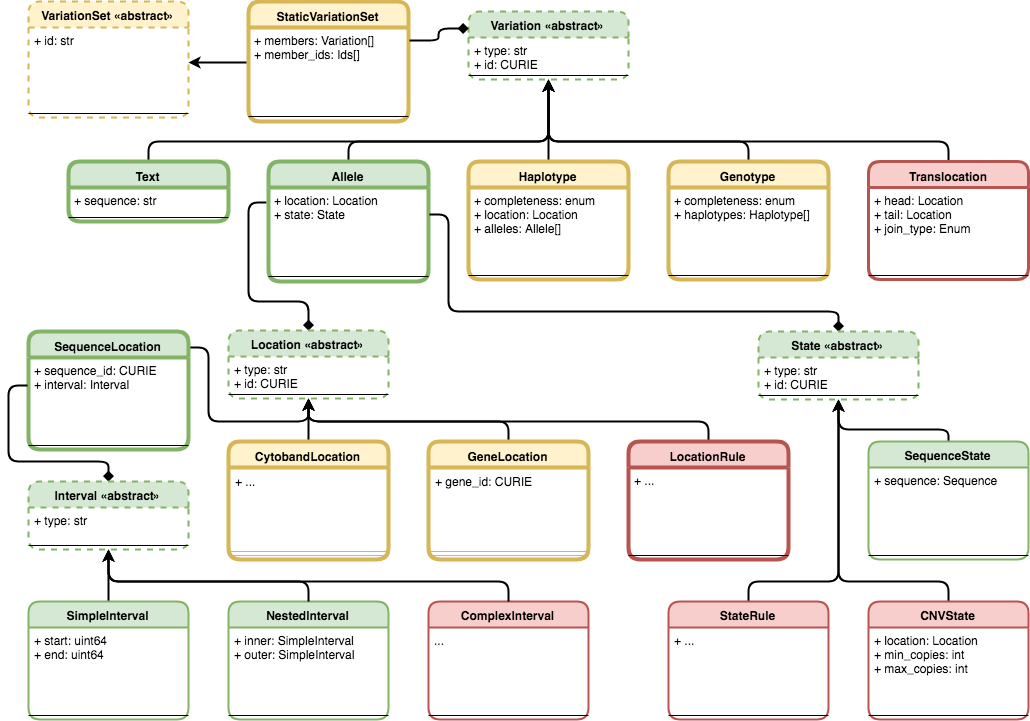
Before: docs/source/images/planned_extensions_graph.png, a diagram exported from draw.io (ga4gh/vrs). Source tidied: cells renumbered, new cells last; positions are measured from the earlier drawing's top-left corner, leaving out a move shared by most shapes.
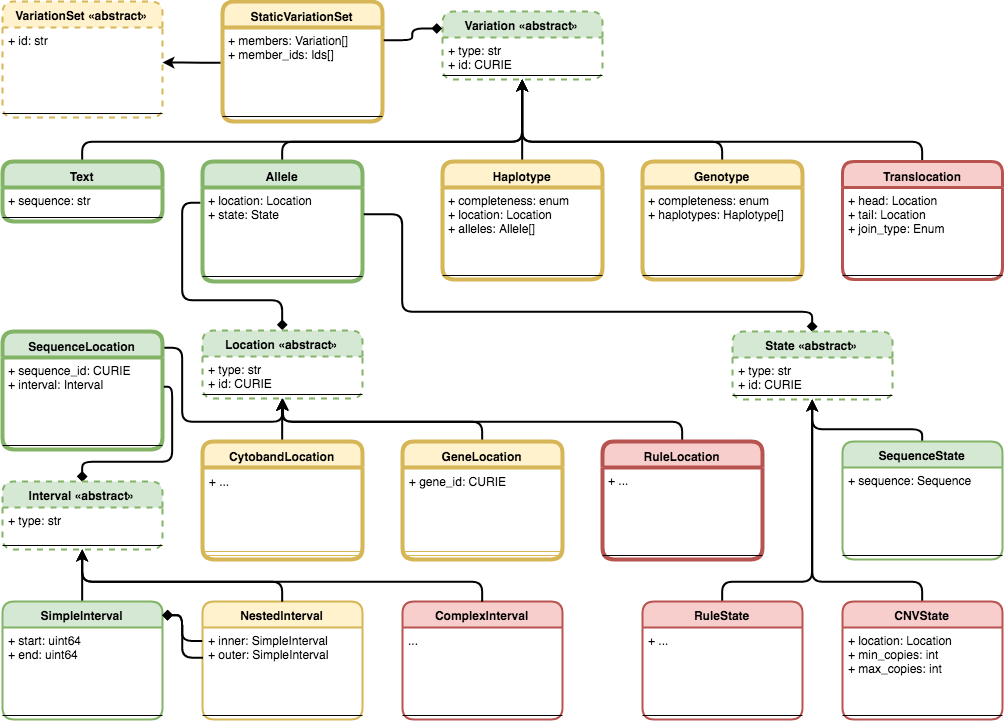
The same file after the commit.

Change to the diagram source:
```diff
@@ -5,16 +5,22 @@
     <mxCell id="2" style="edgeStyle=orthogonalEdgeStyle;jettySize=auto;html=1;exitX=0.5;exitY=0;exitDx=0;exitDy=0;entryX=0.5;entryY=1;entryDx=0;entryDy=0;strokeWidth=2;rounded=1;" parent="1" edge="1" source="4" target="15">
       <mxGeometry relative="1" as="geometry">
         <Array as="points">
-          <mxPoint x="320" y="140" />
+          <mxPoint x="280" y="140" />
           <mxPoint x="520" y="140" />
         </Array>
       </mxGeometry>
     </mxCell>
     <mxCell id="3" style="edgeStyle=orthogonalEdgeStyle;rounded=1;jettySize=auto;html=1;exitX=0.5;exitY=0;exitDx=0;exitDy=0;entryX=-0.012;entryY=0.179;entryDx=0;entryDy=0;strokeWidth=2;endFill=0;endArrow=none;startFill=1;startArrow=diamond;entryPerimeter=0;" parent="1" edge="1" source="45" target="5">
-      <mxGeometry relative="1" as="geometry" />
+      <mxGeometry relative="1" as="geometry">
+        <Array as="points">
+          <mxPoint x="280" y="299" />
+          <mxPoint x="180" y="299" />
+          <mxPoint x="180" y="201" />
+        </Array>
+      </mxGeometry>
     </mxCell>
     <mxCell id="4" value="Allele" style="swimlane;fontStyle=1;align=center;verticalAlign=top;horizontal=1;startSize=26;fillColor=#d5e8d4;strokeColor=#82b366;strokeWidth=4;rounded=1;" parent="1" vertex="1">
-      <mxGeometry x="240" y="160" width="160" height="120" as="geometry" />
+      <mxGeometry x="200" y="160" width="160" height="120" as="geometry" />
     </mxCell>
     <mxCell id="5" value="+ location: Location&#10;+ state: State&#10;" style="text;strokeColor=none;fillColor=none;align=left;verticalAlign=top;spacingLeft=4;spacingRight=4;overflow=hidden;points=[[0,0.5],[1,0.5]];portConstraint=eastwest;" parent="4" vertex="1">
       <mxGeometry y="26" width="160" height="84" as="geometry" />
@@ -25,13 +31,13 @@
     <mxCell id="7" style="edgeStyle=orthogonalEdgeStyle;jettySize=auto;html=1;exitX=0.5;exitY=0;exitDx=0;exitDy=0;entryX=0.5;entryY=1;entryDx=0;entryDy=0;strokeWidth=2;rounded=1;" parent="1" edge="1" source="8" target="15">
       <mxGeometry relative="1" as="geometry">
         <Array as="points">
-          <mxPoint x="120" y="140" />
+          <mxPoint x="80" y="140" />
           <mxPoint x="520" y="140" />
         </Array>
       </mxGeometry>
     </mxCell>
     <mxCell id="8" value="Text" style="swimlane;fontStyle=1;align=center;verticalAlign=top;horizontal=1;startSize=26;fillColor=#d5e8d4;strokeColor=#82b366;strokeWidth=4;rounded=1;" parent="1" vertex="1">
-      <mxGeometry x="40" y="160" width="160" height="60" as="geometry" />
+      <mxGeometry y="160" width="160" height="60" as="geometry" />
     </mxCell>
     <mxCell id="9" value="+ sequence: str" style="text;strokeColor=none;fillColor=none;align=left;verticalAlign=top;spacingLeft=4;spacingRight=4;overflow=hidden;" parent="8" vertex="1">
       <mxGeometry y="26" width="160" height="26" as="geometry" />
@@ -171,8 +177,14 @@
     <mxCell id="47" style="line;strokeWidth=1;fillColor=none;align=left;verticalAlign=middle;spacingTop=-1;spacingLeft=3;spacingRight=3;labelPosition=right;points=[];portConstraint=eastwest;" parent="45" vertex="1">
       <mxGeometry y="60" width="160" height="8" as="geometry" />
     </mxCell>
-    <mxCell id="48" style="edgeStyle=orthogonalEdgeStyle;jettySize=auto;html=1;exitX=0.5;exitY=0;exitDx=0;exitDy=0;strokeWidth=2;entryX=-0.006;entryY=0.333;entryDx=0;entryDy=0;entryPerimeter=0;endFill=0;endArrow=none;startFill=1;startArrow=diamond;" parent="1" edge="1" source="49" target="31">
-      <mxGeometry relative="1" as="geometry" />
+    <mxCell id="48" style="edgeStyle=orthogonalEdgeStyle;jettySize=auto;html=1;exitX=0.5;exitY=0;exitDx=0;exitDy=0;strokeWidth=2;entryX=1.006;entryY=0.345;entryDx=0;entryDy=0;entryPerimeter=0;endFill=0;endArrow=none;startFill=1;startArrow=diamond;" parent="1" edge="1" source="49" target="31">
+      <mxGeometry relative="1" as="geometry">
+        <Array as="points">
+          <mxPoint x="80" y="460" />
+          <mxPoint x="170" y="460" />
+          <mxPoint x="170" y="385" />
+        </Array>
+      </mxGeometry>
     </mxCell>
     <mxCell id="49" value="Interval «abstract»" style="swimlane;fontStyle=1;align=center;verticalAlign=top;horizontal=1;startSize=26;fillColor=#d5e8d4;strokeColor=#82b366;dashed=1;strokeWidth=2;rounded=1;" parent="1" vertex="1">
       <mxGeometry y="480" width="160" height="68" as="geometry" />
@@ -183,7 +195,7 @@
     <mxCell id="51" style="line;strokeWidth=1;fillColor=none;align=left;verticalAlign=middle;spacingTop=-1;spacingLeft=3;spacingRight=3;labelPosition=right;" parent="49" vertex="1">
       <mxGeometry y="60" width="160" height="8" as="geometry" />
     </mxCell>
-    <mxCell id="52" value="NestedInterval" style="swimlane;fontStyle=1;align=center;verticalAlign=top;horizontal=1;startSize=26;strokeWidth=2;perimeterSpacing=0;rounded=1;swimlaneLine=1;glass=0;comic=0;fillColor=#d5e8d4;strokeColor=#82b366;" parent="1" vertex="1">
+    <mxCell id="52" value="NestedInterval" style="swimlane;fontStyle=1;align=center;verticalAlign=top;horizontal=1;startSize=26;strokeWidth=2;perimeterSpacing=0;rounded=1;swimlaneLine=1;glass=0;comic=0;fillColor=#FFF2CC;strokeColor=#D6B656;" parent="1" vertex="1">
       <mxGeometry x="200" y="600" width="160" height="118" as="geometry" />
     </mxCell>
     <mxCell id="53" value="+ inner: SimpleInterval &#10;+ outer: SimpleInterval&#10;" style="text;strokeColor=none;fillColor=none;align=left;verticalAlign=top;spacingLeft=4;spacingRight=4;overflow=hidden;points=[[0,0.5],[1,0.5]];portConstraint=eastwest;" parent="52" vertex="1">
@@ -230,8 +242,8 @@
       <mxGeometry relative="1" as="geometry">
         <Array as="points">
           <mxPoint x="810" y="310" />
-          <mxPoint x="420" y="310" />
-          <mxPoint x="420" y="213" />
+          <mxPoint x="400" y="310" />
+          <mxPoint x="400" y="213" />
         </Array>
       </mxGeometry>
     </mxCell>
@@ -269,7 +281,7 @@
         </Array>
       </mxGeometry>
     </mxCell>
-    <mxCell id="72" value="LocationRule" style="swimlane;fontStyle=1;align=center;verticalAlign=top;horizontal=1;startSize=26;strokeWidth=4;perimeterSpacing=0;rounded=1;swimlaneLine=1;glass=0;comic=0;fillColor=#f8cecc;strokeColor=#b85450;" parent="1" vertex="1">
+    <mxCell id="72" value="RuleLocation" style="swimlane;fontStyle=1;align=center;verticalAlign=top;horizontal=1;startSize=26;strokeWidth=4;perimeterSpacing=0;rounded=1;swimlaneLine=1;glass=0;comic=0;fillColor=#f8cecc;strokeColor=#b85450;" parent="1" vertex="1">
       <mxGeometry x="600" y="440" width="160" height="118" as="geometry" />
     </mxCell>
     <mxCell id="73" value="+ ...&#10;" style="text;strokeColor=none;fillColor=none;align=left;verticalAlign=top;spacingLeft=4;spacingRight=4;overflow=hidden;" parent="72" vertex="1">
@@ -287,7 +299,7 @@
     <mxCell id="77" style="line;strokeWidth=1;fillColor=none;align=left;verticalAlign=middle;spacingTop=-1;spacingLeft=3;spacingRight=3;labelPosition=right;" parent="75" vertex="1">
       <mxGeometry y="110" width="160" height="8" as="geometry" />
     </mxCell>
-    <mxCell id="78" value="StateRule" style="swimlane;fontStyle=1;align=center;verticalAlign=top;horizontal=1;startSize=26;strokeWidth=2;perimeterSpacing=0;rounded=1;swimlaneLine=1;glass=0;comic=0;fillColor=#f8cecc;strokeColor=#b85450;" parent="1" vertex="1">
+    <mxCell id="78" value="RuleState" style="swimlane;fontStyle=1;align=center;verticalAlign=top;horizontal=1;startSize=26;strokeWidth=2;perimeterSpacing=0;rounded=1;swimlaneLine=1;glass=0;comic=0;fillColor=#f8cecc;strokeColor=#b85450;" parent="1" vertex="1">
       <mxGeometry x="640" y="600" width="160" height="118" as="geometry" />
     </mxCell>
     <mxCell id="79" value="+ ...&#10;" style="text;strokeColor=none;fillColor=none;align=left;verticalAlign=top;spacingLeft=4;spacingRight=4;overflow=hidden;" parent="78" vertex="1">
@@ -320,5 +332,21 @@
         </Array>
       </mxGeometry>
     </mxCell>
+    <mxCell id="85" style="edgeStyle=orthogonalEdgeStyle;jettySize=auto;html=1;exitX=1;exitY=0.119;exitDx=0;exitDy=0;strokeWidth=2;endFill=0;endArrow=none;startFill=1;startArrow=diamond;exitPerimeter=0;entryX=0;entryY=0.164;entryDx=0;entryDy=0;entryPerimeter=0;" parent="1" edge="1" source="42" target="53">
+      <mxGeometry relative="1" as="geometry">
+        <Array as="points">
+          <mxPoint x="180" y="614" />
+          <mxPoint x="180" y="640" />
+        </Array>
+      </mxGeometry>
+    </mxCell>
+    <mxCell id="86" style="edgeStyle=orthogonalEdgeStyle;jettySize=auto;html=1;strokeWidth=2;endFill=0;endArrow=none;startFill=1;startArrow=diamond;exitX=0.998;exitY=0.116;exitDx=0;exitDy=0;exitPerimeter=0;entryX=0.001;entryY=0.359;entryDx=0;entryDy=0;entryPerimeter=0;" parent="1" edge="1" source="42" target="53">
+      <mxGeometry relative="1" as="geometry">
+        <Array as="points">
+          <mxPoint x="180" y="614" />
+          <mxPoint x="180" y="656" />
+        </Array>
+      </mxGeometry>
+    </mxCell>
   </root>
 </mxGraphModel>
```
